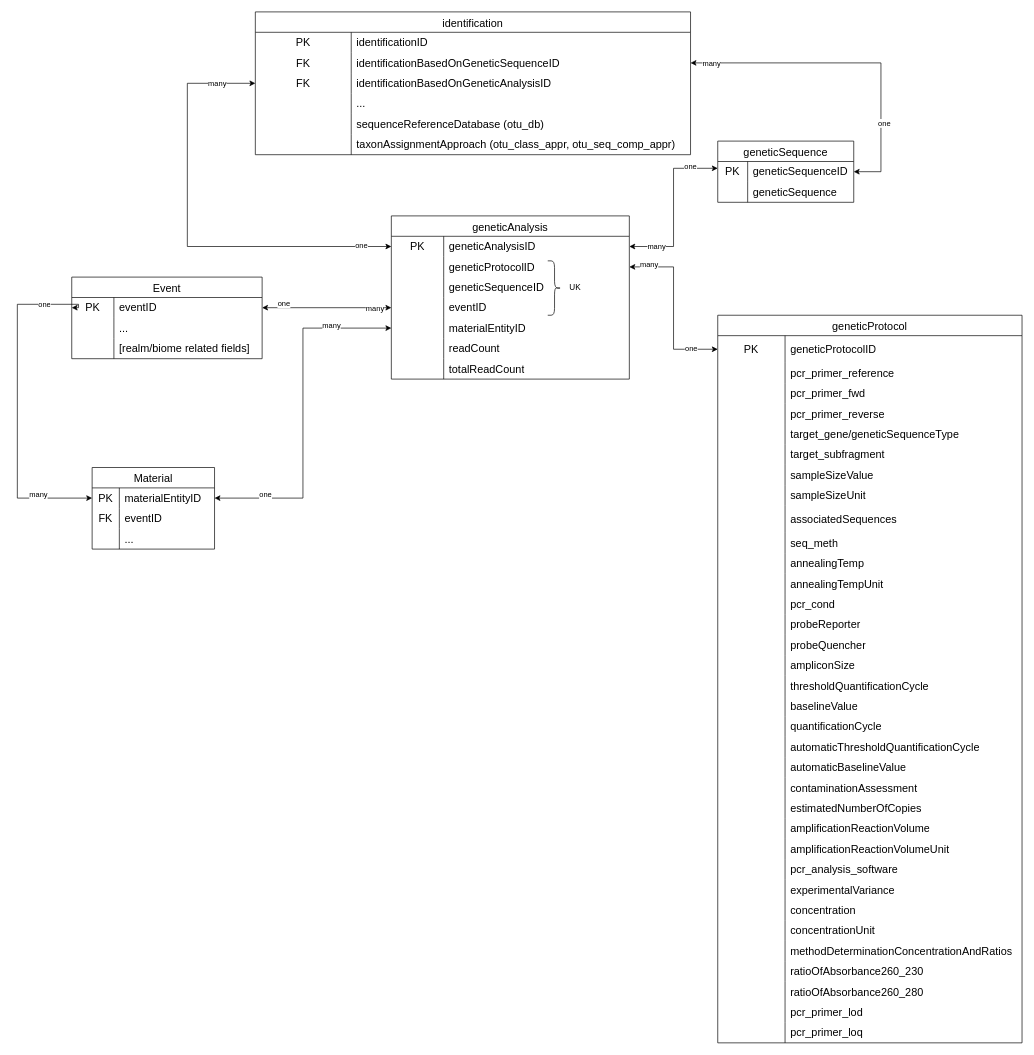
thomasstjerne/seq-data-model keeps this draw.io diagram as geneticSequence.drawio. Above is the earlier version. Source tidied: cells renumbered, new cells numbered last; positions are measured from the earlier drawing's top-left corner, leaving out a move shared by most shapes. Both pictures are drawn from the tidied source at 68%, with x=0, y=0 at pixel (17, 12).
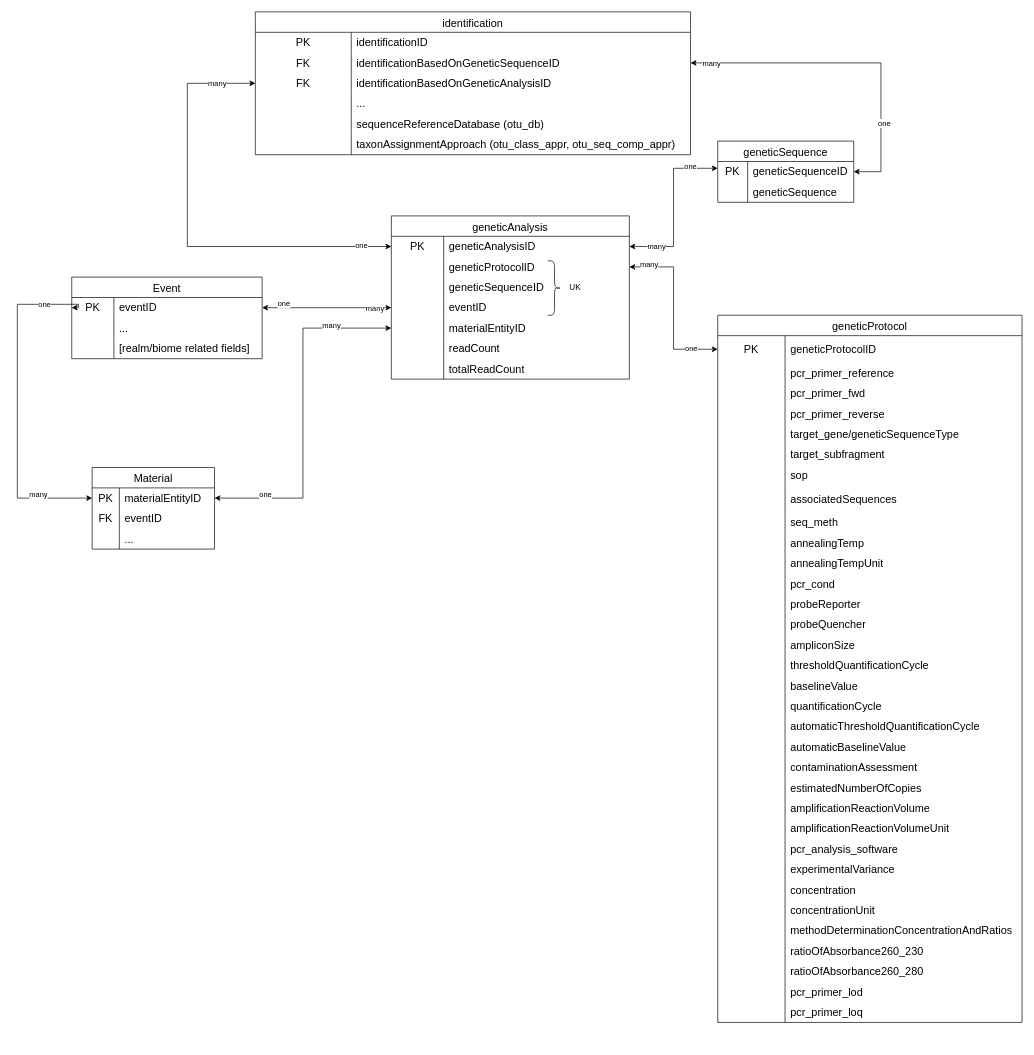
The same page after the edit.

Unchanged cells that the change refers to:
```xml
<mxCell id="104" style="shape=tableRow;horizontal=0;startSize=0;swimlaneHead=0;swimlaneBody=0;top=0;left=0;bottom=0;right=0;fillColor=none;strokeColor=inherit;fontSize=16;" parent="85" vertex="1">
  <mxGeometry y="220" width="447.5" height="30" as="geometry" />
</mxCell>
```

Diff of the diagram source:
```diff
@@
     <mxCell id="85" value="geneticProtocol" style="shape=table;startSize=30;childLayout=tableLayout;rowLines=0;fontStyle=0;strokeColor=default;fontSize=16;" parent="1" vertex="1">
-      <mxGeometry x="1030" y="446.1" width="447.5" height="1070" as="geometry" />
+      <mxGeometry x="1030" y="446.1" width="447.5" height="1040" as="geometry" />
     </mxCell>
@@
-    <mxCell id="105" style="shape=partialRectangle;html=1;whiteSpace=wrap;fillColor=none;top=0;left=0;bottom=0;right=0;overflow=hidden;strokeColor=inherit;fontSize=16;" parent="104" vertex="1">
-      <mxGeometry width="99" height="30" as="geometry" />
-    </mxCell>
-    <mxCell id="106" value="sampleSizeValue" style="shape=partialRectangle;html=1;whiteSpace=wrap;fillColor=none;top=0;left=0;bottom=0;right=0;align=left;spacingLeft=6;overflow=hidden;strokeColor=inherit;fontSize=16;" parent="104" vertex="1">
-      <mxGeometry x="99" width="349" height="30" as="geometry" />
-    </mxCell>
-    <mxCell id="107" style="shape=tableRow;horizontal=0;startSize=0;swimlaneHead=0;swimlaneBody=0;top=0;left=0;bottom=0;right=0;fillColor=none;strokeColor=inherit;fontSize=16;" parent="85" vertex="1">
-      <mxGeometry y="250" width="447.5" height="30" as="geometry" />
-    </mxCell>
-    <mxCell id="108" style="shape=partialRectangle;html=1;whiteSpace=wrap;fillColor=none;top=0;left=0;bottom=0;right=0;overflow=hidden;strokeColor=inherit;fontSize=16;" parent="107" vertex="1">
-      <mxGeometry width="99" height="30" as="geometry" />
-    </mxCell>
-    <mxCell id="109" value="sampleSizeUnit" style="shape=partialRectangle;html=1;whiteSpace=wrap;fillColor=none;top=0;left=0;bottom=0;right=0;align=left;spacingLeft=6;overflow=hidden;strokeColor=inherit;fontSize=16;" parent="107" vertex="1">
-      <mxGeometry x="99" width="349" height="30" as="geometry" />
-    </mxCell>
+    <mxCell id="196" style="shape=partialRectangle;html=1;whiteSpace=wrap;fillColor=none;top=0;left=0;bottom=0;right=0;overflow=hidden;strokeColor=inherit;fontSize=16;" parent="104" vertex="1">
+      <mxGeometry width="99" height="30" as="geometry" />
+    </mxCell>
+    <mxCell id="197" value="sop" style="shape=partialRectangle;html=1;whiteSpace=wrap;fillColor=none;top=0;left=0;bottom=0;right=0;align=left;spacingLeft=6;overflow=hidden;strokeColor=inherit;fontSize=16;" parent="104" vertex="1">
+      <mxGeometry x="99" width="349" height="30" as="geometry" />
+    </mxCell>
     <mxCell id="110" style="shape=tableRow;horizontal=0;startSize=0;swimlaneHead=0;swimlaneBody=0;top=0;left=0;bottom=0;right=0;fillColor=none;strokeColor=inherit;fontSize=16;" parent="85" vertex="1">
-      <mxGeometry y="280" width="447.5" height="40" as="geometry" />
+      <mxGeometry y="250" width="447.5" height="40" as="geometry" />
     </mxCell>
@@
     <mxCell id="113" style="shape=tableRow;horizontal=0;startSize=0;swimlaneHead=0;swimlaneBody=0;top=0;left=0;bottom=0;right=0;fillColor=none;strokeColor=inherit;fontSize=16;" parent="85" vertex="1">
-      <mxGeometry y="320" width="447.5" height="30" as="geometry" />
+      <mxGeometry y="290" width="447.5" height="30" as="geometry" />
     </mxCell>
@@
     <mxCell id="116" style="shape=tableRow;horizontal=0;startSize=0;swimlaneHead=0;swimlaneBody=0;top=0;left=0;bottom=0;right=0;fillColor=none;strokeColor=inherit;fontSize=16;" parent="85" vertex="1">
-      <mxGeometry y="350" width="447.5" height="30" as="geometry" />
+      <mxGeometry y="320" width="447.5" height="30" as="geometry" />
     </mxCell>
@@
     <mxCell id="119" style="shape=tableRow;horizontal=0;startSize=0;swimlaneHead=0;swimlaneBody=0;top=0;left=0;bottom=0;right=0;fillColor=none;strokeColor=inherit;fontSize=16;" parent="85" vertex="1">
-      <mxGeometry y="380" width="447.5" height="30" as="geometry" />
+      <mxGeometry y="350" width="447.5" height="30" as="geometry" />
     </mxCell>
@@
     <mxCell id="122" style="shape=tableRow;horizontal=0;startSize=0;swimlaneHead=0;swimlaneBody=0;top=0;left=0;bottom=0;right=0;fillColor=none;strokeColor=inherit;fontSize=16;" parent="85" vertex="1">
-      <mxGeometry y="410" width="447.5" height="30" as="geometry" />
+      <mxGeometry y="380" width="447.5" height="30" as="geometry" />
     </mxCell>
@@
     <mxCell id="125" style="shape=tableRow;horizontal=0;startSize=0;swimlaneHead=0;swimlaneBody=0;top=0;left=0;bottom=0;right=0;fillColor=none;strokeColor=inherit;fontSize=16;" parent="85" vertex="1">
-      <mxGeometry y="440" width="447.5" height="30" as="geometry" />
+      <mxGeometry y="410" width="447.5" height="30" as="geometry" />
     </mxCell>
@@
     <mxCell id="128" style="shape=tableRow;horizontal=0;startSize=0;swimlaneHead=0;swimlaneBody=0;top=0;left=0;bottom=0;right=0;fillColor=none;strokeColor=inherit;fontSize=16;" parent="85" vertex="1">
-      <mxGeometry y="470" width="447.5" height="30" as="geometry" />
+      <mxGeometry y="440" width="447.5" height="30" as="geometry" />
     </mxCell>
@@
     <mxCell id="131" style="shape=tableRow;horizontal=0;startSize=0;swimlaneHead=0;swimlaneBody=0;top=0;left=0;bottom=0;right=0;fillColor=none;strokeColor=inherit;fontSize=16;" parent="85" vertex="1">
-      <mxGeometry y="500" width="447.5" height="30" as="geometry" />
+      <mxGeometry y="470" width="447.5" height="30" as="geometry" />
     </mxCell>
@@
     <mxCell id="134" style="shape=tableRow;horizontal=0;startSize=0;swimlaneHead=0;swimlaneBody=0;top=0;left=0;bottom=0;right=0;fillColor=none;strokeColor=inherit;fontSize=16;" parent="85" vertex="1">
-      <mxGeometry y="530" width="447.5" height="30" as="geometry" />
+      <mxGeometry y="500" width="447.5" height="30" as="geometry" />
     </mxCell>
@@
     <mxCell id="137" style="shape=tableRow;horizontal=0;startSize=0;swimlaneHead=0;swimlaneBody=0;top=0;left=0;bottom=0;right=0;fillColor=none;strokeColor=inherit;fontSize=16;" parent="85" vertex="1">
-      <mxGeometry y="560" width="447.5" height="30" as="geometry" />
+      <mxGeometry y="530" width="447.5" height="30" as="geometry" />
     </mxCell>
@@
     <mxCell id="140" style="shape=tableRow;horizontal=0;startSize=0;swimlaneHead=0;swimlaneBody=0;top=0;left=0;bottom=0;right=0;fillColor=none;strokeColor=inherit;fontSize=16;" parent="85" vertex="1">
-      <mxGeometry y="590" width="447.5" height="30" as="geometry" />
+      <mxGeometry y="560" width="447.5" height="30" as="geometry" />
     </mxCell>
@@
     <mxCell id="143" style="shape=tableRow;horizontal=0;startSize=0;swimlaneHead=0;swimlaneBody=0;top=0;left=0;bottom=0;right=0;fillColor=none;strokeColor=inherit;fontSize=16;" parent="85" vertex="1">
-      <mxGeometry y="620" width="447.5" height="30" as="geometry" />
+      <mxGeometry y="590" width="447.5" height="30" as="geometry" />
     </mxCell>
@@
     <mxCell id="146" style="shape=tableRow;horizontal=0;startSize=0;swimlaneHead=0;swimlaneBody=0;top=0;left=0;bottom=0;right=0;fillColor=none;strokeColor=inherit;fontSize=16;" parent="85" vertex="1">
-      <mxGeometry y="650" width="447.5" height="30" as="geometry" />
+      <mxGeometry y="620" width="447.5" height="30" as="geometry" />
     </mxCell>
@@
     <mxCell id="149" style="shape=tableRow;horizontal=0;startSize=0;swimlaneHead=0;swimlaneBody=0;top=0;left=0;bottom=0;right=0;fillColor=none;strokeColor=inherit;fontSize=16;" parent="85" vertex="1">
-      <mxGeometry y="680" width="447.5" height="30" as="geometry" />
+      <mxGeometry y="650" width="447.5" height="30" as="geometry" />
     </mxCell>
@@
     <mxCell id="152" style="shape=tableRow;horizontal=0;startSize=0;swimlaneHead=0;swimlaneBody=0;top=0;left=0;bottom=0;right=0;fillColor=none;strokeColor=inherit;fontSize=16;" parent="85" vertex="1">
-      <mxGeometry y="710" width="447.5" height="30" as="geometry" />
+      <mxGeometry y="680" width="447.5" height="30" as="geometry" />
     </mxCell>
@@
     <mxCell id="155" style="shape=tableRow;horizontal=0;startSize=0;swimlaneHead=0;swimlaneBody=0;top=0;left=0;bottom=0;right=0;fillColor=none;strokeColor=inherit;fontSize=16;" parent="85" vertex="1">
-      <mxGeometry y="740" width="447.5" height="30" as="geometry" />
+      <mxGeometry y="710" width="447.5" height="30" as="geometry" />
     </mxCell>
@@
     <mxCell id="158" style="shape=tableRow;horizontal=0;startSize=0;swimlaneHead=0;swimlaneBody=0;top=0;left=0;bottom=0;right=0;fillColor=none;strokeColor=inherit;fontSize=16;" parent="85" vertex="1">
-      <mxGeometry y="770" width="447.5" height="30" as="geometry" />
+      <mxGeometry y="740" width="447.5" height="30" as="geometry" />
     </mxCell>
@@
     <mxCell id="161" style="shape=tableRow;horizontal=0;startSize=0;swimlaneHead=0;swimlaneBody=0;top=0;left=0;bottom=0;right=0;fillColor=none;strokeColor=inherit;fontSize=16;" parent="85" vertex="1">
-      <mxGeometry y="800" width="447.5" height="30" as="geometry" />
+      <mxGeometry y="770" width="447.5" height="30" as="geometry" />
     </mxCell>
@@
     <mxCell id="164" style="shape=tableRow;horizontal=0;startSize=0;swimlaneHead=0;swimlaneBody=0;top=0;left=0;bottom=0;right=0;fillColor=none;strokeColor=inherit;fontSize=16;" parent="85" vertex="1">
-      <mxGeometry y="830" width="447.5" height="30" as="geometry" />
+      <mxGeometry y="800" width="447.5" height="30" as="geometry" />
     </mxCell>
@@
     <mxCell id="167" style="shape=tableRow;horizontal=0;startSize=0;swimlaneHead=0;swimlaneBody=0;top=0;left=0;bottom=0;right=0;fillColor=none;strokeColor=inherit;fontSize=16;" parent="85" vertex="1">
-      <mxGeometry y="860" width="447.5" height="30" as="geometry" />
+      <mxGeometry y="830" width="447.5" height="30" as="geometry" />
     </mxCell>
@@
     <mxCell id="170" style="shape=tableRow;horizontal=0;startSize=0;swimlaneHead=0;swimlaneBody=0;top=0;left=0;bottom=0;right=0;fillColor=none;strokeColor=inherit;fontSize=16;" parent="85" vertex="1">
-      <mxGeometry y="890" width="447.5" height="30" as="geometry" />
+      <mxGeometry y="860" width="447.5" height="30" as="geometry" />
     </mxCell>
@@
     <mxCell id="173" style="shape=tableRow;horizontal=0;startSize=0;swimlaneHead=0;swimlaneBody=0;top=0;left=0;bottom=0;right=0;fillColor=none;strokeColor=inherit;fontSize=16;" parent="85" vertex="1">
-      <mxGeometry y="920" width="447.5" height="30" as="geometry" />
+      <mxGeometry y="890" width="447.5" height="30" as="geometry" />
     </mxCell>
@@
     <mxCell id="176" style="shape=tableRow;horizontal=0;startSize=0;swimlaneHead=0;swimlaneBody=0;top=0;left=0;bottom=0;right=0;fillColor=none;strokeColor=inherit;fontSize=16;" parent="85" vertex="1">
-      <mxGeometry y="950" width="447.5" height="30" as="geometry" />
+      <mxGeometry y="920" width="447.5" height="30" as="geometry" />
     </mxCell>
@@
     <mxCell id="179" style="shape=tableRow;horizontal=0;startSize=0;swimlaneHead=0;swimlaneBody=0;top=0;left=0;bottom=0;right=0;fillColor=none;strokeColor=inherit;fontSize=16;" parent="85" vertex="1">
-      <mxGeometry y="980" width="447.5" height="30" as="geometry" />
+      <mxGeometry y="950" width="447.5" height="30" as="geometry" />
     </mxCell>
@@
     <mxCell id="182" style="shape=tableRow;horizontal=0;startSize=0;swimlaneHead=0;swimlaneBody=0;top=0;left=0;bottom=0;right=0;fillColor=none;strokeColor=inherit;fontSize=16;" parent="85" vertex="1">
-      <mxGeometry y="1010" width="447.5" height="30" as="geometry" />
+      <mxGeometry y="980" width="447.5" height="30" as="geometry" />
     </mxCell>
@@
     <mxCell id="185" style="shape=tableRow;horizontal=0;startSize=0;swimlaneHead=0;swimlaneBody=0;top=0;left=0;bottom=0;right=0;fillColor=none;strokeColor=inherit;fontSize=16;" parent="85" vertex="1">
-      <mxGeometry y="1040" width="447.5" height="30" as="geometry" />
+      <mxGeometry y="1010" width="447.5" height="30" as="geometry" />
     </mxCell>
```
